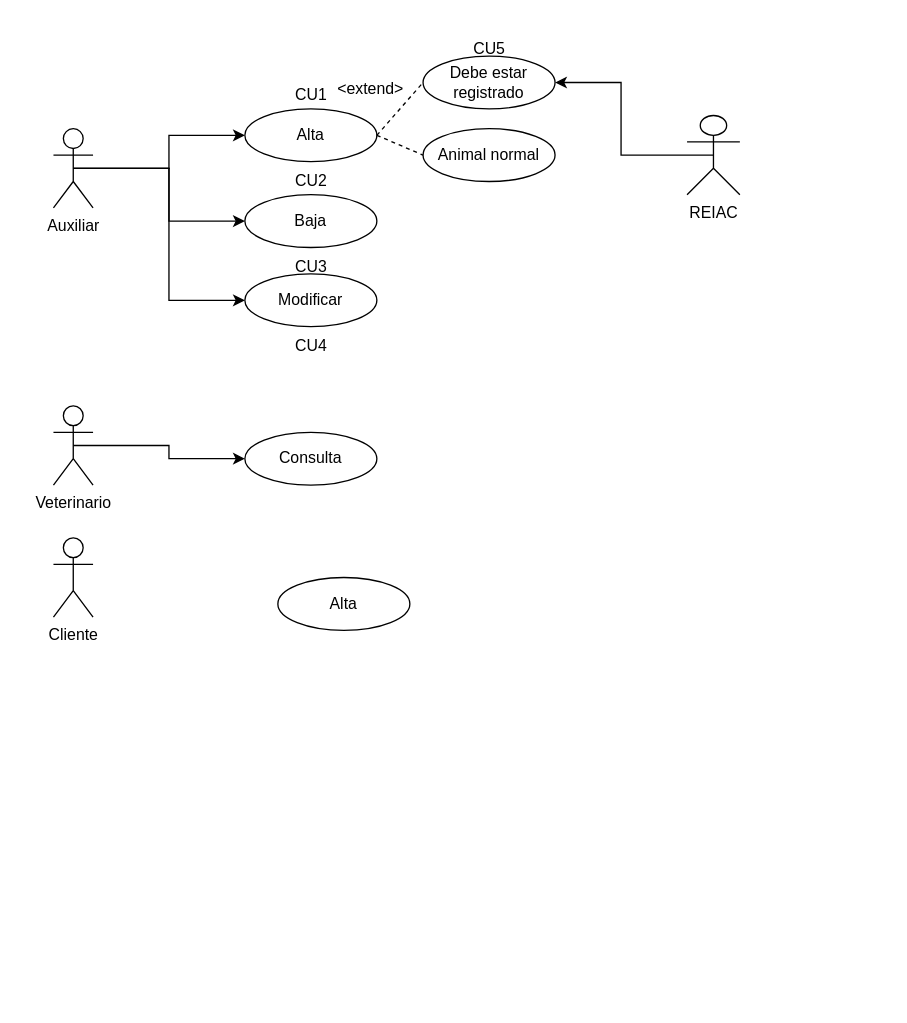
Before: Tarea: Clínica veterinaria/img/Diagrama sin título.drawio in marlonfrz/ETS, a draw.io diagram. Source tidied: cells renumbered, new cells numbered last; positions are measured from the earlier drawing's top-left corner, leaving out a move shared by most shapes. Both pictures are drawn from the tidied source at 132%, with x=0, y=0 at pixel (53, 29).
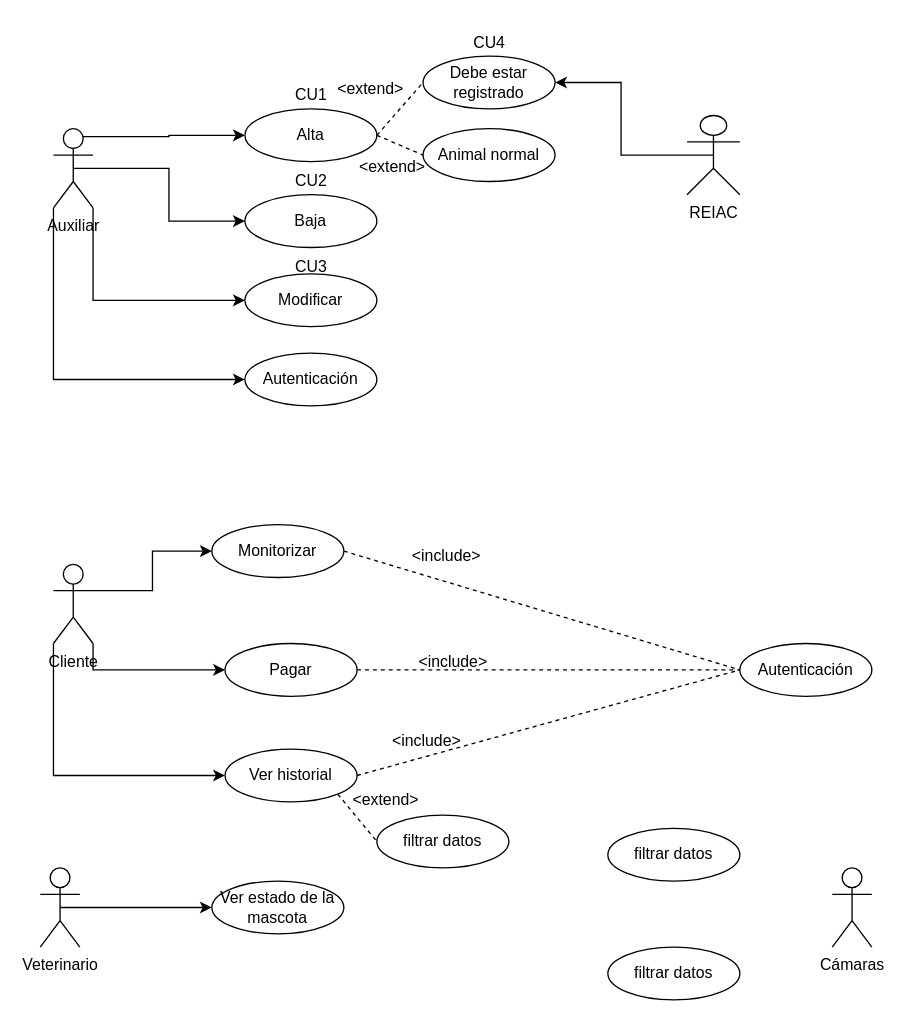
Above is the later version.

Unchanged cells that the change refers to:
```xml
<mxCell id="5" value="&lt;div&gt;Auxiliar&lt;/div&gt;" style="shape=umlActor;verticalLabelPosition=bottom;verticalAlign=top;html=1;outlineConnect=0;" parent="1" vertex="1">
  <mxGeometry y="75" width="30" height="60" as="geometry" />
</mxCell>
<mxCell id="9" value="&lt;div&gt;Alta&lt;/div&gt;" style="ellipse;whiteSpace=wrap;html=1;" parent="1" vertex="1">
  <mxGeometry x="145" y="60" width="100" height="40" as="geometry" />
</mxCell>
<mxCell id="11" value="Modificar" style="ellipse;whiteSpace=wrap;html=1;" parent="1" vertex="1">
  <mxGeometry x="145" y="185" width="100" height="40" as="geometry" />
</mxCell>
```

What changed in the source:
```diff
@@
-    <mxCell id="2" style="edgeStyle=orthogonalEdgeStyle;rounded=0;jettySize=auto;html=1;exitX=0.5;exitY=0.5;exitDx=0;exitDy=0;exitPerimeter=0;entryX=0;entryY=0.5;entryDx=0;entryDy=0;" parent="1" edge="1" source="5" target="9">
+    <mxCell id="2" style="edgeStyle=orthogonalEdgeStyle;rounded=0;jettySize=auto;html=1;exitX=0.75;exitY=0.1;exitDx=0;exitDy=0;exitPerimeter=0;entryX=0;entryY=0.5;entryDx=0;entryDy=0;" parent="1" edge="1" source="5" target="9">
       <mxGeometry relative="1" as="geometry" />
     </mxCell>
@@
-    <mxCell id="4" style="edgeStyle=orthogonalEdgeStyle;rounded=0;jettySize=auto;html=1;exitX=0.5;exitY=0.5;exitDx=0;exitDy=0;exitPerimeter=0;entryX=0;entryY=0.5;entryDx=0;entryDy=0;" parent="1" edge="1" source="5" target="11">
+    <mxCell id="4" style="edgeStyle=orthogonalEdgeStyle;rounded=0;jettySize=auto;html=1;exitX=1;exitY=1;exitDx=0;exitDy=0;exitPerimeter=0;entryX=0;entryY=0.5;entryDx=0;entryDy=0;" parent="1" edge="1" source="5" target="11">
       <mxGeometry relative="1" as="geometry" />
     </mxCell>
+    <mxCell id="26" style="edgeStyle=orthogonalEdgeStyle;rounded=0;jettySize=auto;html=1;exitX=0;exitY=1;exitDx=0;exitDy=0;exitPerimeter=0;entryX=0;entryY=0.5;entryDx=0;entryDy=0;" parent="1" edge="1" source="5" target="41">
+      <mxGeometry relative="1" as="geometry" />
+    </mxCell>
@@
     <mxCell id="7" value="Veterinario" style="shape=umlActor;verticalLabelPosition=bottom;verticalAlign=top;html=1;outlineConnect=0;" parent="1" vertex="1">
-      <mxGeometry y="285" width="30" height="60" as="geometry" />
+      <mxGeometry x="-10" y="635" width="30" height="60" as="geometry" />
     </mxCell>
+    <mxCell id="27" style="edgeStyle=orthogonalEdgeStyle;rounded=0;jettySize=auto;html=1;exitX=1;exitY=0.3333333333333333;exitDx=0;exitDy=0;exitPerimeter=0;entryX=0;entryY=0.5;entryDx=0;entryDy=0;" parent="1" edge="1" source="8" target="12">
+      <mxGeometry relative="1" as="geometry" />
+    </mxCell>
+    <mxCell id="28" style="edgeStyle=orthogonalEdgeStyle;rounded=0;jettySize=auto;html=1;exitX=1;exitY=1;exitDx=0;exitDy=0;exitPerimeter=0;entryX=0;entryY=0.5;entryDx=0;entryDy=0;" parent="1" edge="1" source="8" target="34">
+      <mxGeometry relative="1" as="geometry" />
+    </mxCell>
+    <mxCell id="29" style="edgeStyle=orthogonalEdgeStyle;rounded=0;jettySize=auto;html=1;exitX=0;exitY=1;exitDx=0;exitDy=0;exitPerimeter=0;entryX=0;entryY=0.5;entryDx=0;entryDy=0;" parent="1" edge="1" source="8" target="35">
+      <mxGeometry relative="1" as="geometry" />
+    </mxCell>
     <mxCell id="8" value="Cliente" style="shape=umlActor;verticalLabelPosition=bottom;verticalAlign=top;html=1;outlineConnect=0;" parent="1" vertex="1">
-      <mxGeometry y="385" width="30" height="60" as="geometry" />
+      <mxGeometry y="405" width="30" height="60" as="geometry" />
     </mxCell>
@@
-    <mxCell id="12" value="&lt;div&gt;Alta&lt;/div&gt;" style="ellipse;whiteSpace=wrap;html=1;" parent="1" vertex="1">
-      <mxGeometry x="170" y="415" width="100" height="40" as="geometry" />
+    <mxCell id="12" value="Monitorizar" style="ellipse;whiteSpace=wrap;html=1;" parent="1" vertex="1">
+      <mxGeometry x="120" y="375" width="100" height="40" as="geometry" />
     </mxCell>
@@
-    <mxCell id="15" value="Consulta" style="ellipse;whiteSpace=wrap;html=1;" parent="1" vertex="1">
-      <mxGeometry x="145" y="305" width="100" height="40" as="geometry" />
+    <mxCell id="15" value="Ver estado de la mascota" style="ellipse;whiteSpace=wrap;html=1;" parent="1" vertex="1">
+      <mxGeometry x="120" y="645" width="100" height="40" as="geometry" />
     </mxCell>
@@
     <mxCell id="23" value="CU4" style="text;html=1;align=center;verticalAlign=middle;strokeColor=none;fillColor=none;" parent="1" vertex="1">
-      <mxGeometry x="170" y="225" width="50" height="30" as="geometry" />
+      <mxGeometry x="305" y="-5" width="50" height="30" as="geometry" />
     </mxCell>
-    <mxCell id="24" value="CU5" style="text;html=1;align=center;verticalAlign=middle;strokeColor=none;fillColor=none;" parent="1" vertex="1">
-      <mxGeometry x="305" width="50" height="30" as="geometry" />
-    </mxCell>
@@
+    <mxCell id="30" value="&amp;lt;extend&amp;gt;" style="text;whiteSpace=wrap;html=1;" parent="1" vertex="1">
+      <mxGeometry x="230" y="90" width="80" height="40" as="geometry" />
+    </mxCell>
+    <mxCell id="31" value="&amp;lt;include&amp;gt;" style="text;whiteSpace=wrap;html=1;" parent="1" vertex="1">
+      <mxGeometry x="270" y="385" width="80" height="40" as="geometry" />
+    </mxCell>
+    <mxCell id="32" value="Autenticación" style="ellipse;whiteSpace=wrap;html=1;" parent="1" vertex="1">
+      <mxGeometry x="520" y="465" width="100" height="40" as="geometry" />
+    </mxCell>
+    <mxCell id="33" style="endArrow=none;dashed=1;html=1;rounded=0;entryX=0;entryY=0.5;entryDx=0;entryDy=0;exitX=1;exitY=0.5;exitDx=0;exitDy=0;" parent="1" edge="1" source="12" target="32">
+      <mxGeometry relative="1" as="geometry" />
+    </mxCell>
+    <mxCell id="34" value="Pagar" style="ellipse;whiteSpace=wrap;html=1;" parent="1" vertex="1">
+      <mxGeometry x="130" y="465" width="100" height="40" as="geometry" />
+    </mxCell>
+    <mxCell id="35" value="Ver historial" style="ellipse;whiteSpace=wrap;html=1;" parent="1" vertex="1">
+      <mxGeometry x="130" y="545" width="100" height="40" as="geometry" />
+    </mxCell>
+    <mxCell id="36" style="endArrow=none;dashed=1;html=1;rounded=0;entryX=0;entryY=0.5;entryDx=0;entryDy=0;exitX=1;exitY=0.5;exitDx=0;exitDy=0;" parent="1" edge="1" source="34" target="32">
+      <mxGeometry relative="1" as="geometry" />
+    </mxCell>
+    <mxCell id="37" style="endArrow=none;dashed=1;html=1;rounded=0;entryX=0;entryY=0.5;entryDx=0;entryDy=0;exitX=1;exitY=0.5;exitDx=0;exitDy=0;" parent="1" edge="1" source="35" target="32">
+      <mxGeometry relative="1" as="geometry" />
+    </mxCell>
+    <mxCell id="38" value="&amp;lt;include&amp;gt;" style="text;whiteSpace=wrap;html=1;" parent="1" vertex="1">
+      <mxGeometry x="255" y="525" width="80" height="40" as="geometry" />
+    </mxCell>
+    <mxCell id="39" value="&amp;lt;include&amp;gt;" style="text;whiteSpace=wrap;html=1;" parent="1" vertex="1">
+      <mxGeometry x="275" y="465" width="80" height="40" as="geometry" />
+    </mxCell>
+    <mxCell id="40" value="Cámaras" style="shape=umlActor;verticalLabelPosition=bottom;verticalAlign=top;html=1;" parent="1" vertex="1">
+      <mxGeometry x="590" y="635" width="30" height="60" as="geometry" />
+    </mxCell>
+    <mxCell id="41" value="Autenticación" style="ellipse;whiteSpace=wrap;html=1;" parent="1" vertex="1">
+      <mxGeometry x="145" y="245" width="100" height="40" as="geometry" />
+    </mxCell>
+    <mxCell id="42" value="filtrar datos" style="ellipse;whiteSpace=wrap;html=1;" parent="1" vertex="1">
+      <mxGeometry x="245" y="595" width="100" height="40" as="geometry" />
+    </mxCell>
+    <mxCell id="43" style="endArrow=none;dashed=1;html=1;rounded=0;entryX=0;entryY=0.5;entryDx=0;entryDy=0;exitX=1;exitY=1;exitDx=0;exitDy=0;" parent="1" edge="1" source="35" target="42">
+      <mxGeometry relative="1" as="geometry" />
+    </mxCell>
+    <mxCell id="44" value="&amp;lt;extend&amp;gt;" style="text;whiteSpace=wrap;html=1;" parent="1" vertex="1">
+      <mxGeometry x="225" y="570" width="80" height="40" as="geometry" />
+    </mxCell>
+    <mxCell id="45" value="filtrar datos" style="ellipse;whiteSpace=wrap;html=1;" parent="1" vertex="1">
+      <mxGeometry x="420" y="605" width="100" height="40" as="geometry" />
+    </mxCell>
+    <mxCell id="46" value="filtrar datos" style="ellipse;whiteSpace=wrap;html=1;" parent="1" vertex="1">
+      <mxGeometry x="420" y="695" width="100" height="40" as="geometry" />
+    </mxCell>
```
